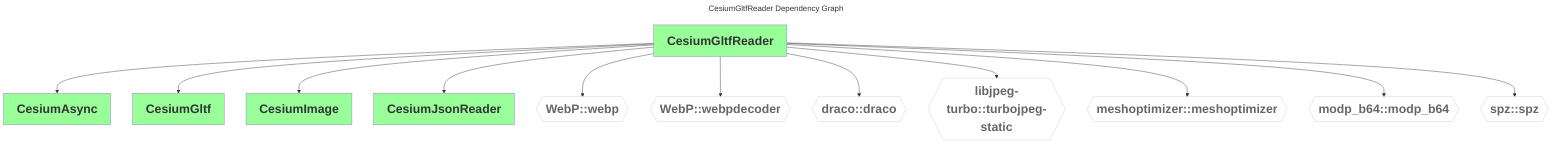
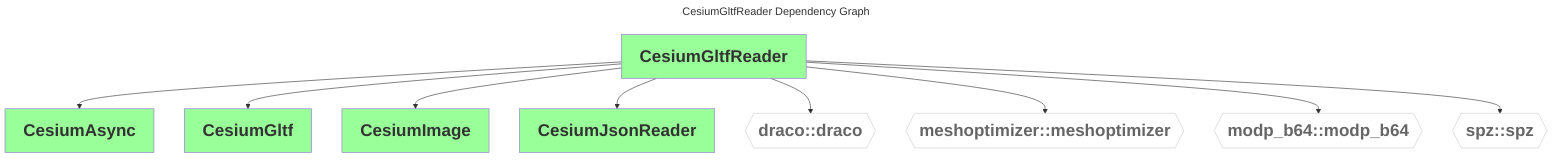
---
comment: This file was generated by dep-graph-gen. DO NOT EDIT THIS FILE!

title: CesiumGltfReader Dependency Graph
---
graph TD
  classDef dependencyNode fill:#fff,stroke:#ccc,color:#666,font-weight:bold,font-size:28px
  classDef libraryNode fill:#9f9,font-weight:bold,font-size:28px
  CesiumGltfReader[CesiumGltfReader] --> CesiumAsync[CesiumAsync]
  CesiumGltfReader[CesiumGltfReader] --> CesiumGltf[CesiumGltf]
  CesiumGltfReader[CesiumGltfReader] --> CesiumImage[CesiumImage]
  CesiumGltfReader[CesiumGltfReader] --> CesiumJsonReader[CesiumJsonReader]
-   CesiumGltfReader[CesiumGltfReader] --> WebP_webp{{WebP::webp}}
-   CesiumGltfReader[CesiumGltfReader] --> WebP_webpdecoder{{WebP::webpdecoder}}
  CesiumGltfReader[CesiumGltfReader] --> draco_draco{{draco::draco}}
-   CesiumGltfReader[CesiumGltfReader] --> libjpeg-turbo_turbojpeg-static{{libjpeg-turbo::turbojpeg-static}}
  CesiumGltfReader[CesiumGltfReader] --> meshoptimizer_meshoptimizer{{meshoptimizer::meshoptimizer}}
  CesiumGltfReader[CesiumGltfReader] --> modp_b64_modp_b64{{modp_b64::modp_b64}}
  CesiumGltfReader[CesiumGltfReader] --> spz_spz{{spz::spz}}
-   class WebP_webp,WebP_webpdecoder,draco_draco,libjpeg-turbo_turbojpeg-static,meshoptimizer_meshoptimizer,modp_b64_modp_b64,spz_spz dependencyNode
+   class draco_draco,meshoptimizer_meshoptimizer,modp_b64_modp_b64,spz_spz dependencyNode
  class CesiumAsync,CesiumGltf,CesiumImage,CesiumJsonReader,CesiumGltfReader libraryNode
